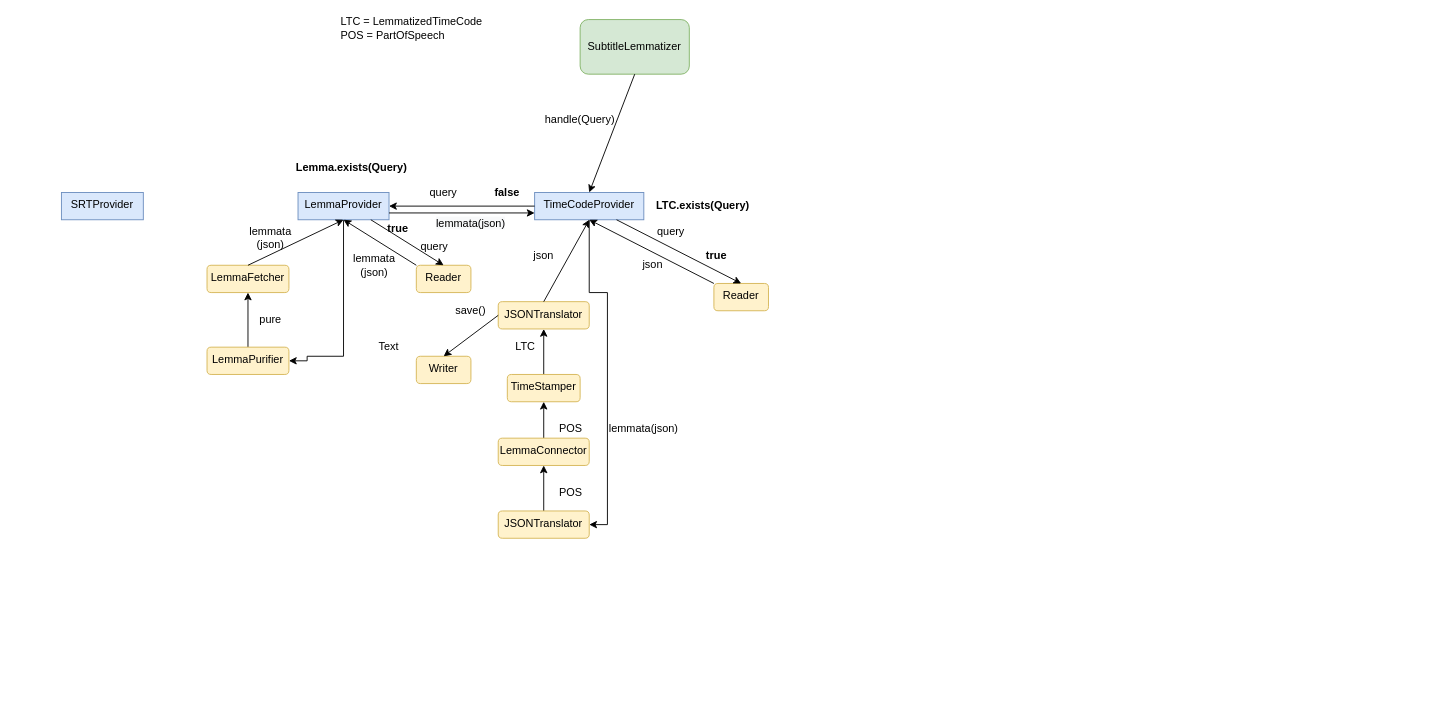
Above: handlers.drawio in CoDen256/smartlemmatize-rest (draw.io), before the change. Source tidied: cells renumbered, new cells numbered last; positions are measured from the earlier drawing's top-left corner, leaving out a move shared by most shapes. Both pictures are drawn from the tidied source at 91%, with x=0, y=0 at pixel (61, 19).
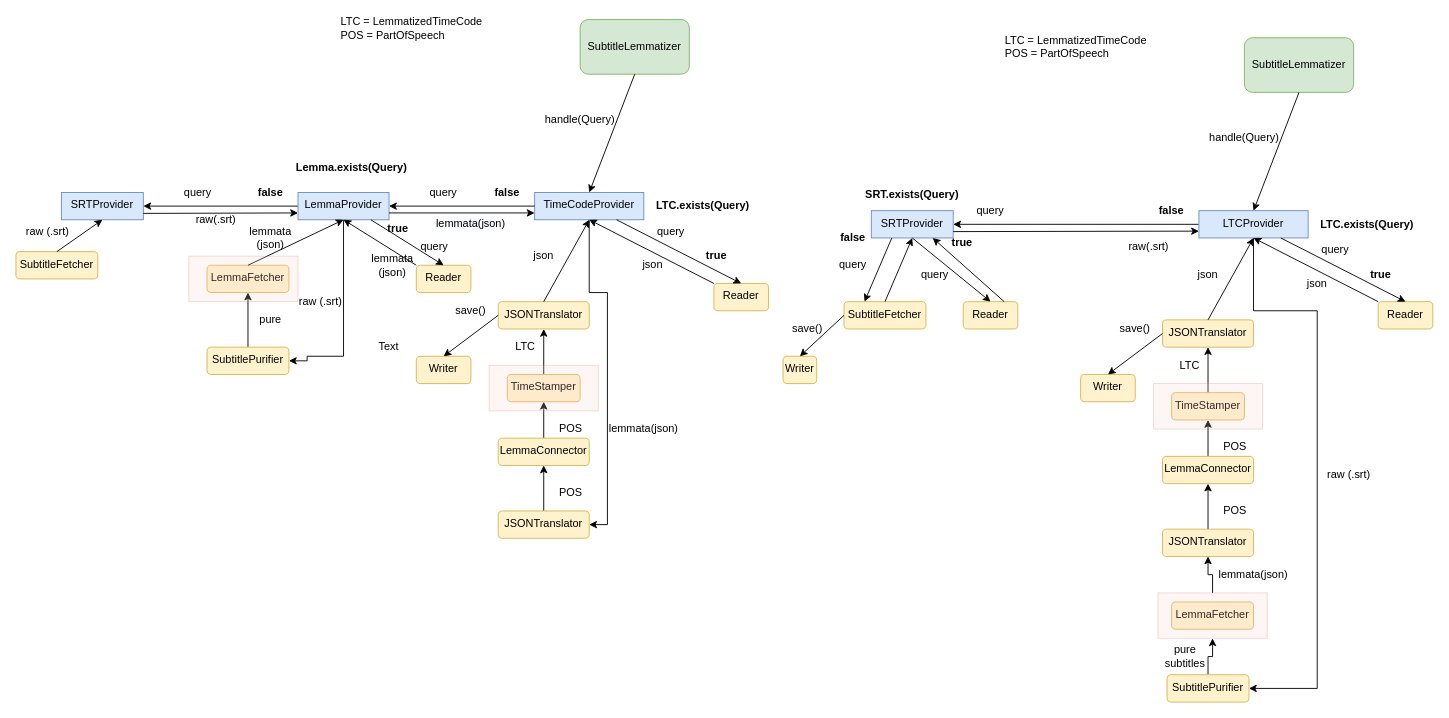
The same diagram, later.

Unchanged cells that the change refers to:
```xml
<mxCell id="2" value="SRTProvider" style="text;html=1;strokeColor=#6c8ebf;fillColor=#dae8fc;align=center;verticalAlign=top;whiteSpace=wrap;" parent="1" vertex="1">
  <mxGeometry y="190" width="90" height="30" as="geometry" />
</mxCell>
<mxCell id="4" value="LemmaProvider" style="text;whiteSpace=wrap;html=1;align=center;strokeColor=#6c8ebf;fillColor=#dae8fc;" parent="1" vertex="1">
  <mxGeometry x="260" y="190" width="100" height="30" as="geometry" />
</mxCell>
```

Diff of the diagram source:
```diff
@@
+    <mxCell id="53" style="edgeStyle=orthogonalEdgeStyle;rounded=0;jettySize=auto;html=1;entryX=1;entryY=0.5;entryDx=0;entryDy=0;" parent="1" edge="1" source="4" target="2">
+      <mxGeometry relative="1" as="geometry" />
+    </mxCell>
@@
     <mxCell id="39" value="lemmata&lt;br&gt;(json)" style="text;html=1;strokeColor=none;fillColor=none;align=center;verticalAlign=middle;whiteSpace=wrap;rounded=0;" parent="1" vertex="1">
-      <mxGeometry x="324" y="260" width="40" height="20" as="geometry" />
+      <mxGeometry x="344" y="260" width="40" height="20" as="geometry" />
     </mxCell>
@@
-    <mxCell id="49" value="LemmaPurifier" style="text;whiteSpace=wrap;html=1;fillColor=#fff2cc;strokeColor=#d6b656;align=center;rounded=1;" parent="1" vertex="1">
+    <mxCell id="49" value="SubtitlePurifier" style="text;whiteSpace=wrap;html=1;fillColor=#fff2cc;strokeColor=#d6b656;align=center;rounded=1;" parent="1" vertex="1">
       <mxGeometry x="160" y="360" width="90" height="30" as="geometry" />
     </mxCell>
@@
+    <mxCell id="54" value="raw (.srt)" style="text;html=1;strokeColor=none;fillColor=none;align=center;verticalAlign=middle;whiteSpace=wrap;rounded=0;" parent="1" vertex="1">
+      <mxGeometry x="260" y="300" width="50" height="20" as="geometry" />
+    </mxCell>
+    <mxCell id="55" value="&lt;b&gt;false&lt;/b&gt;" style="text;html=1;strokeColor=none;fillColor=none;align=center;verticalAlign=middle;whiteSpace=wrap;rounded=0;" parent="1" vertex="1">
+      <mxGeometry x="210" y="180" width="40" height="20" as="geometry" />
+    </mxCell>
+    <mxCell id="56" value="query" style="text;html=1;strokeColor=none;fillColor=none;align=center;verticalAlign=middle;whiteSpace=wrap;rounded=0;" parent="1" vertex="1">
+      <mxGeometry x="130" y="180" width="40" height="20" as="geometry" />
+    </mxCell>
+    <mxCell id="57" style="endArrow=classic;html=1;entryX=0;entryY=0.75;entryDx=0;entryDy=0;" parent="1" edge="1" target="4">
+      <mxGeometry relative="1" as="geometry">
+        <mxPoint x="90" y="213" as="sourcePoint" />
+      </mxGeometry>
+    </mxCell>
+    <mxCell id="58" value="raw(.srt)" style="text;html=1;strokeColor=none;fillColor=none;align=center;verticalAlign=middle;whiteSpace=wrap;rounded=0;" parent="1" vertex="1">
+      <mxGeometry x="150" y="210" width="40" height="20" as="geometry" />
+    </mxCell>
+    <mxCell id="59" value="SubtitleFetcher" style="text;whiteSpace=wrap;html=1;fillColor=#fff2cc;strokeColor=#d6b656;align=center;rounded=1;" parent="1" vertex="1">
+      <mxGeometry x="-50" y="255" width="90" height="30" as="geometry" />
+    </mxCell>
+    <mxCell id="60" style="endArrow=classic;html=1;exitX=0.5;exitY=0;exitDx=0;exitDy=0;entryX=0.5;entryY=1;entryDx=0;entryDy=0;" parent="1" edge="1" source="59" target="2">
+      <mxGeometry relative="1" as="geometry" />
+    </mxCell>
+    <mxCell id="61" style="rounded=0;whiteSpace=wrap;html=1;opacity=20;fillColor=#f8cecc;strokeColor=#b85450;" parent="1" vertex="1">
+      <mxGeometry x="140" y="260" width="120" height="50" as="geometry" />
+    </mxCell>
+    <mxCell id="62" style="rounded=0;whiteSpace=wrap;html=1;opacity=20;fillColor=#f8cecc;strokeColor=#b85450;" parent="1" vertex="1">
+      <mxGeometry x="470" y="380" width="120" height="50" as="geometry" />
+    </mxCell>
+    <mxCell id="63" value="raw (.srt)" style="text;html=1;strokeColor=none;fillColor=none;align=center;verticalAlign=middle;whiteSpace=wrap;rounded=0;opacity=20;" parent="1" vertex="1">
+      <mxGeometry x="-40" y="223" width="50" height="20" as="geometry" />
+    </mxCell>
+    <mxCell id="64" value="SRTProvider" style="text;html=1;strokeColor=#6c8ebf;fillColor=#dae8fc;align=center;verticalAlign=top;whiteSpace=wrap;" parent="1" vertex="1">
+      <mxGeometry x="890" y="210" width="90" height="30" as="geometry" />
+    </mxCell>
+    <mxCell id="65" style="edgeStyle=orthogonalEdgeStyle;rounded=0;jettySize=auto;html=1;entryX=1;entryY=0.5;entryDx=0;entryDy=0;exitX=0;exitY=0.5;exitDx=0;exitDy=0;" parent="1" edge="1" source="67" target="64">
+      <mxGeometry relative="1" as="geometry" />
+    </mxCell>
+    <mxCell id="66" style="edgeStyle=orthogonalEdgeStyle;rounded=0;jettySize=auto;html=1;entryX=1;entryY=0.5;entryDx=0;entryDy=0;" parent="1" edge="1" source="67" target="96">
+      <mxGeometry relative="1" as="geometry">
+        <Array as="points">
+          <mxPoint x="1310" y="320" />
+          <mxPoint x="1380" y="320" />
+          <mxPoint x="1380" y="735" />
+        </Array>
+      </mxGeometry>
+    </mxCell>
+    <mxCell id="67" value="LTCProvider" style="text;whiteSpace=wrap;html=1;fillColor=#dae8fc;strokeColor=#6c8ebf;align=center;" parent="1" vertex="1">
+      <mxGeometry x="1250" y="210" width="120" height="30" as="geometry" />
+    </mxCell>
+    <mxCell id="68" value="SubtitleLemmatizer" style="rounded=1;whiteSpace=wrap;html=1;align=center;fillColor=#d5e8d4;strokeColor=#82b366;" parent="1" vertex="1">
+      <mxGeometry x="1300" y="20" width="120" height="60" as="geometry" />
+    </mxCell>
+    <mxCell id="69" style="endArrow=classic;html=1;exitX=0.5;exitY=1;exitDx=0;exitDy=0;entryX=0.5;entryY=0;entryDx=0;entryDy=0;" parent="1" edge="1" source="68" target="67">
+      <mxGeometry relative="1" as="geometry" />
+    </mxCell>
+    <mxCell id="70" value="handle(Query)" style="text;html=1;strokeColor=none;fillColor=none;align=center;verticalAlign=middle;whiteSpace=wrap;rounded=0;" parent="1" vertex="1">
+      <mxGeometry x="1280" y="120" width="40" height="20" as="geometry" />
+    </mxCell>
+    <mxCell id="71" value="Reader" style="text;whiteSpace=wrap;html=1;fillColor=#fff2cc;strokeColor=#d6b656;align=center;rounded=1;" parent="1" vertex="1">
+      <mxGeometry x="1447" y="310" width="60" height="30" as="geometry" />
+    </mxCell>
+    <mxCell id="72" style="endArrow=classic;html=1;entryX=0.5;entryY=0;entryDx=0;entryDy=0;exitX=0.75;exitY=1;exitDx=0;exitDy=0;" parent="1" edge="1" source="67" target="71">
+      <mxGeometry relative="1" as="geometry" />
+    </mxCell>
+    <mxCell id="73" value="&lt;b&gt;LTC.exists(Query)&lt;/b&gt;" style="text;html=1;strokeColor=none;fillColor=none;align=center;verticalAlign=middle;whiteSpace=wrap;rounded=0;" parent="1" vertex="1">
+      <mxGeometry x="1390" y="207.5" width="90" height="35" as="geometry" />
+    </mxCell>
+    <mxCell id="74" value="&lt;b&gt;true&lt;/b&gt;" style="text;html=1;strokeColor=none;fillColor=none;align=center;verticalAlign=middle;whiteSpace=wrap;rounded=0;" parent="1" vertex="1">
+      <mxGeometry x="1430" y="270" width="40" height="20" as="geometry" />
+    </mxCell>
+    <mxCell id="75" style="endArrow=classic;html=1;entryX=0.5;entryY=1;entryDx=0;entryDy=0;exitX=0;exitY=0;exitDx=0;exitDy=0;" parent="1" edge="1" source="71" target="67">
+      <mxGeometry relative="1" as="geometry" />
+    </mxCell>
+    <mxCell id="76" value="LTC = LemmatizedTimeCode&lt;br&gt;&lt;div style=&quot;text-align: left&quot;&gt;&lt;span&gt;POS = PartOfSpeech&lt;/span&gt;&lt;/div&gt;" style="text;html=1;strokeColor=none;fillColor=none;align=center;verticalAlign=middle;whiteSpace=wrap;rounded=0;" parent="1" vertex="1">
+      <mxGeometry x="1030" y="20" width="170" height="20" as="geometry" />
+    </mxCell>
+    <mxCell id="77" value="json" style="text;html=1;strokeColor=none;fillColor=none;align=center;verticalAlign=middle;whiteSpace=wrap;rounded=0;" parent="1" vertex="1">
+      <mxGeometry x="1360" y="280" width="40" height="20" as="geometry" />
+    </mxCell>
+    <mxCell id="78" style="edgeStyle=orthogonalEdgeStyle;rounded=0;jettySize=auto;html=1;entryX=0.5;entryY=1;entryDx=0;entryDy=0;" parent="1" edge="1" source="79" target="80">
+      <mxGeometry relative="1" as="geometry" />
+    </mxCell>
+    <mxCell id="79" value="TimeStamper" style="text;whiteSpace=wrap;html=1;fillColor=#fff2cc;strokeColor=#d6b656;align=center;rounded=1;" parent="1" vertex="1">
+      <mxGeometry x="1220" y="410" width="80" height="30" as="geometry" />
+    </mxCell>
+    <mxCell id="80" value="JSONTranslator" style="text;whiteSpace=wrap;html=1;fillColor=#fff2cc;strokeColor=#d6b656;align=center;rounded=1;" parent="1" vertex="1">
+      <mxGeometry x="1210" y="330" width="100" height="30" as="geometry" />
+    </mxCell>
+    <mxCell id="81" style="endArrow=classic;html=1;entryX=0.5;entryY=1;entryDx=0;entryDy=0;exitX=0.5;exitY=0;exitDx=0;exitDy=0;" parent="1" edge="1" source="80" target="67">
+      <mxGeometry relative="1" as="geometry" />
+    </mxCell>
+    <mxCell id="82" value="json" style="text;html=1;strokeColor=none;fillColor=none;align=center;verticalAlign=middle;whiteSpace=wrap;rounded=0;" parent="1" vertex="1">
+      <mxGeometry x="1240" y="270" width="40" height="20" as="geometry" />
+    </mxCell>
+    <mxCell id="83" value="Writer" style="text;whiteSpace=wrap;html=1;fillColor=#fff2cc;strokeColor=#d6b656;align=center;rounded=1;" parent="1" vertex="1">
+      <mxGeometry x="1120" y="390" width="60" height="30" as="geometry" />
+    </mxCell>
+    <mxCell id="84" style="endArrow=classic;html=1;entryX=0.5;entryY=0;entryDx=0;entryDy=0;exitX=0;exitY=0.5;exitDx=0;exitDy=0;" parent="1" edge="1" source="80" target="83">
+      <mxGeometry relative="1" as="geometry" />
+    </mxCell>
+    <mxCell id="85" value="save()" style="text;html=1;strokeColor=none;fillColor=none;align=center;verticalAlign=middle;whiteSpace=wrap;rounded=0;" parent="1" vertex="1">
+      <mxGeometry x="1160" y="330" width="40" height="20" as="geometry" />
+    </mxCell>
+    <mxCell id="86" style="edgeStyle=orthogonalEdgeStyle;rounded=0;jettySize=auto;html=1;" parent="1" edge="1" source="87" target="79">
+      <mxGeometry relative="1" as="geometry" />
+    </mxCell>
+    <mxCell id="87" value="LemmaConnector" style="text;whiteSpace=wrap;html=1;fillColor=#fff2cc;strokeColor=#d6b656;align=center;rounded=1;" parent="1" vertex="1">
+      <mxGeometry x="1210" y="480" width="100" height="30" as="geometry" />
+    </mxCell>
+    <mxCell id="88" value="LTC" style="text;html=1;strokeColor=none;fillColor=none;align=center;verticalAlign=middle;whiteSpace=wrap;rounded=0;" parent="1" vertex="1">
+      <mxGeometry x="1220" y="370" width="40" height="20" as="geometry" />
+    </mxCell>
+    <mxCell id="89" value="POS" style="text;html=1;strokeColor=none;fillColor=none;align=center;verticalAlign=middle;whiteSpace=wrap;rounded=0;" parent="1" vertex="1">
+      <mxGeometry x="1270" y="460" width="40" height="20" as="geometry" />
+    </mxCell>
+    <mxCell id="90" value="lemmata(json)" style="text;html=1;strokeColor=none;fillColor=none;align=center;verticalAlign=middle;whiteSpace=wrap;rounded=0;" parent="1" vertex="1">
+      <mxGeometry x="1270" y="600" width="80" height="20" as="geometry" />
+    </mxCell>
+    <mxCell id="91" style="edgeStyle=orthogonalEdgeStyle;rounded=0;jettySize=auto;html=1;" parent="1" edge="1" source="92" target="87">
+      <mxGeometry relative="1" as="geometry" />
+    </mxCell>
+    <mxCell id="92" value="JSONTranslator" style="text;whiteSpace=wrap;html=1;fillColor=#fff2cc;strokeColor=#d6b656;align=center;rounded=1;" parent="1" vertex="1">
+      <mxGeometry x="1210" y="560" width="100" height="30" as="geometry" />
+    </mxCell>
+    <mxCell id="93" value="POS" style="text;html=1;strokeColor=none;fillColor=none;align=center;verticalAlign=middle;whiteSpace=wrap;rounded=0;" parent="1" vertex="1">
+      <mxGeometry x="1270" y="530" width="40" height="20" as="geometry" />
+    </mxCell>
+    <mxCell id="94" value="query" style="text;html=1;strokeColor=none;fillColor=none;align=center;verticalAlign=middle;whiteSpace=wrap;rounded=0;" parent="1" vertex="1">
+      <mxGeometry x="1380" y="242.5" width="40" height="20" as="geometry" />
+    </mxCell>
+    <mxCell id="95" style="edgeStyle=orthogonalEdgeStyle;rounded=0;jettySize=auto;html=1;" parent="1" edge="1" source="96" target="106">
+      <mxGeometry relative="1" as="geometry" />
+    </mxCell>
+    <mxCell id="96" value="SubtitlePurifier" style="text;whiteSpace=wrap;html=1;fillColor=#fff2cc;strokeColor=#d6b656;align=center;rounded=1;" parent="1" vertex="1">
+      <mxGeometry x="1215" y="720" width="90" height="30" as="geometry" />
+    </mxCell>
+    <mxCell id="97" value="raw (.srt)" style="text;html=1;strokeColor=none;fillColor=none;align=center;verticalAlign=middle;whiteSpace=wrap;rounded=0;" parent="1" vertex="1">
+      <mxGeometry x="1390" y="490" width="50" height="20" as="geometry" />
+    </mxCell>
+    <mxCell id="98" value="query" style="text;html=1;strokeColor=none;fillColor=none;align=center;verticalAlign=middle;whiteSpace=wrap;rounded=0;" parent="1" vertex="1">
+      <mxGeometry x="1001" y="200" width="40" height="20" as="geometry" />
+    </mxCell>
+    <mxCell id="99" style="endArrow=classic;html=1;entryX=0;entryY=0.75;entryDx=0;entryDy=0;" parent="1" edge="1" target="67">
+      <mxGeometry relative="1" as="geometry">
+        <mxPoint x="980" y="233" as="sourcePoint" />
+      </mxGeometry>
+    </mxCell>
+    <mxCell id="100" value="raw(.srt)" style="text;html=1;strokeColor=none;fillColor=none;align=center;verticalAlign=middle;whiteSpace=wrap;rounded=0;" parent="1" vertex="1">
+      <mxGeometry x="1175" y="240" width="40" height="20" as="geometry" />
+    </mxCell>
+    <mxCell id="101" value="SubtitleFetcher" style="text;whiteSpace=wrap;html=1;fillColor=#fff2cc;strokeColor=#d6b656;align=center;rounded=1;" parent="1" vertex="1">
+      <mxGeometry x="860" y="310" width="90" height="30" as="geometry" />
+    </mxCell>
+    <mxCell id="102" style="endArrow=classic;html=1;exitX=0.5;exitY=0;exitDx=0;exitDy=0;entryX=0.5;entryY=1;entryDx=0;entryDy=0;" parent="1" edge="1" source="101" target="64">
+      <mxGeometry relative="1" as="geometry" />
+    </mxCell>
+    <mxCell id="103" style="rounded=0;whiteSpace=wrap;html=1;opacity=20;fillColor=#f8cecc;strokeColor=#b85450;" parent="1" vertex="1">
+      <mxGeometry x="1200" y="400" width="120" height="50" as="geometry" />
+    </mxCell>
+    <mxCell id="104" value="LemmaFetcher" style="text;whiteSpace=wrap;html=1;fillColor=#fff2cc;strokeColor=#d6b656;align=center;rounded=1;" parent="1" vertex="1">
+      <mxGeometry x="1220" y="640" width="90" height="30" as="geometry" />
+    </mxCell>
+    <mxCell id="105" style="edgeStyle=orthogonalEdgeStyle;rounded=0;jettySize=auto;html=1;entryX=0.5;entryY=1;entryDx=0;entryDy=0;" parent="1" edge="1" source="106" target="92">
+      <mxGeometry relative="1" as="geometry" />
+    </mxCell>
+    <mxCell id="106" style="rounded=0;whiteSpace=wrap;html=1;opacity=20;fillColor=#f8cecc;strokeColor=#b85450;" parent="1" vertex="1">
+      <mxGeometry x="1205" y="630" width="120" height="50" as="geometry" />
+    </mxCell>
+    <mxCell id="107" value="pure subtitles" style="text;html=1;strokeColor=none;fillColor=none;align=center;verticalAlign=middle;whiteSpace=wrap;rounded=0;opacity=20;" parent="1" vertex="1">
+      <mxGeometry x="1215" y="690" width="40" height="20" as="geometry" />
+    </mxCell>
+    <mxCell id="108" value="&lt;b&gt;false&lt;/b&gt;" style="text;html=1;strokeColor=none;fillColor=none;align=center;verticalAlign=middle;whiteSpace=wrap;rounded=0;opacity=20;" parent="1" vertex="1">
+      <mxGeometry x="1200" y="200" width="40" height="20" as="geometry" />
+    </mxCell>
+    <mxCell id="109" value="Reader" style="text;whiteSpace=wrap;html=1;fillColor=#fff2cc;strokeColor=#d6b656;align=center;rounded=1;" parent="1" vertex="1">
+      <mxGeometry x="991" y="310" width="60" height="30" as="geometry" />
+    </mxCell>
+    <mxCell id="110" style="endArrow=classic;html=1;entryX=0.5;entryY=0;entryDx=0;entryDy=0;exitX=0.5;exitY=1;exitDx=0;exitDy=0;" parent="1" edge="1" source="64" target="109">
+      <mxGeometry relative="1" as="geometry" />
+    </mxCell>
+    <mxCell id="111" value="&lt;b&gt;true&lt;/b&gt;" style="text;html=1;strokeColor=none;fillColor=none;align=center;verticalAlign=middle;whiteSpace=wrap;rounded=0;" parent="1" vertex="1">
+      <mxGeometry x="970" y="235" width="40" height="20" as="geometry" />
+    </mxCell>
+    <mxCell id="112" style="endArrow=classic;html=1;entryX=0.75;entryY=1;entryDx=0;entryDy=0;exitX=0.75;exitY=0;exitDx=0;exitDy=0;" parent="1" edge="1" source="109" target="64">
+      <mxGeometry relative="1" as="geometry" />
+    </mxCell>
+    <mxCell id="113" value="&lt;b&gt;SRT.exists(Query)&lt;/b&gt;" style="text;html=1;strokeColor=none;fillColor=none;align=center;verticalAlign=middle;whiteSpace=wrap;rounded=0;" parent="1" vertex="1">
+      <mxGeometry x="890" y="175" width="90" height="35" as="geometry" />
+    </mxCell>
+    <mxCell id="114" value="&lt;b&gt;false&lt;/b&gt;" style="text;html=1;strokeColor=none;fillColor=none;align=center;verticalAlign=middle;whiteSpace=wrap;rounded=0;" parent="1" vertex="1">
+      <mxGeometry x="850" y="230" width="40" height="20" as="geometry" />
+    </mxCell>
+    <mxCell id="115" value="query" style="text;html=1;strokeColor=none;fillColor=none;align=center;verticalAlign=middle;whiteSpace=wrap;rounded=0;" parent="1" vertex="1">
+      <mxGeometry x="850" y="260" width="40" height="20" as="geometry" />
+    </mxCell>
+    <mxCell id="116" style="endArrow=classic;html=1;entryX=0.25;entryY=0;entryDx=0;entryDy=0;exitX=0.25;exitY=1;exitDx=0;exitDy=0;" parent="1" edge="1" source="64" target="101">
+      <mxGeometry relative="1" as="geometry" />
+    </mxCell>
+    <mxCell id="117" value="query" style="text;html=1;strokeColor=none;fillColor=none;align=center;verticalAlign=middle;whiteSpace=wrap;rounded=0;" parent="1" vertex="1">
+      <mxGeometry x="940" y="270" width="40" height="20" as="geometry" />
+    </mxCell>
+    <mxCell id="118" value="Writer" style="text;whiteSpace=wrap;html=1;fillColor=#fff2cc;strokeColor=#d6b656;align=center;rounded=1;" parent="1" vertex="1">
+      <mxGeometry x="793" y="370" width="37" height="30" as="geometry" />
+    </mxCell>
+    <mxCell id="119" style="endArrow=classic;html=1;entryX=0.5;entryY=0;entryDx=0;entryDy=0;exitX=0;exitY=0.5;exitDx=0;exitDy=0;" parent="1" edge="1" target="118">
+      <mxGeometry relative="1" as="geometry">
+        <mxPoint x="860" y="325" as="sourcePoint" />
+      </mxGeometry>
+    </mxCell>
+    <mxCell id="120" value="save()" style="text;html=1;strokeColor=none;fillColor=none;align=center;verticalAlign=middle;whiteSpace=wrap;rounded=0;" parent="1" vertex="1">
+      <mxGeometry x="800" y="330" width="40" height="20" as="geometry" />
+    </mxCell>
```
